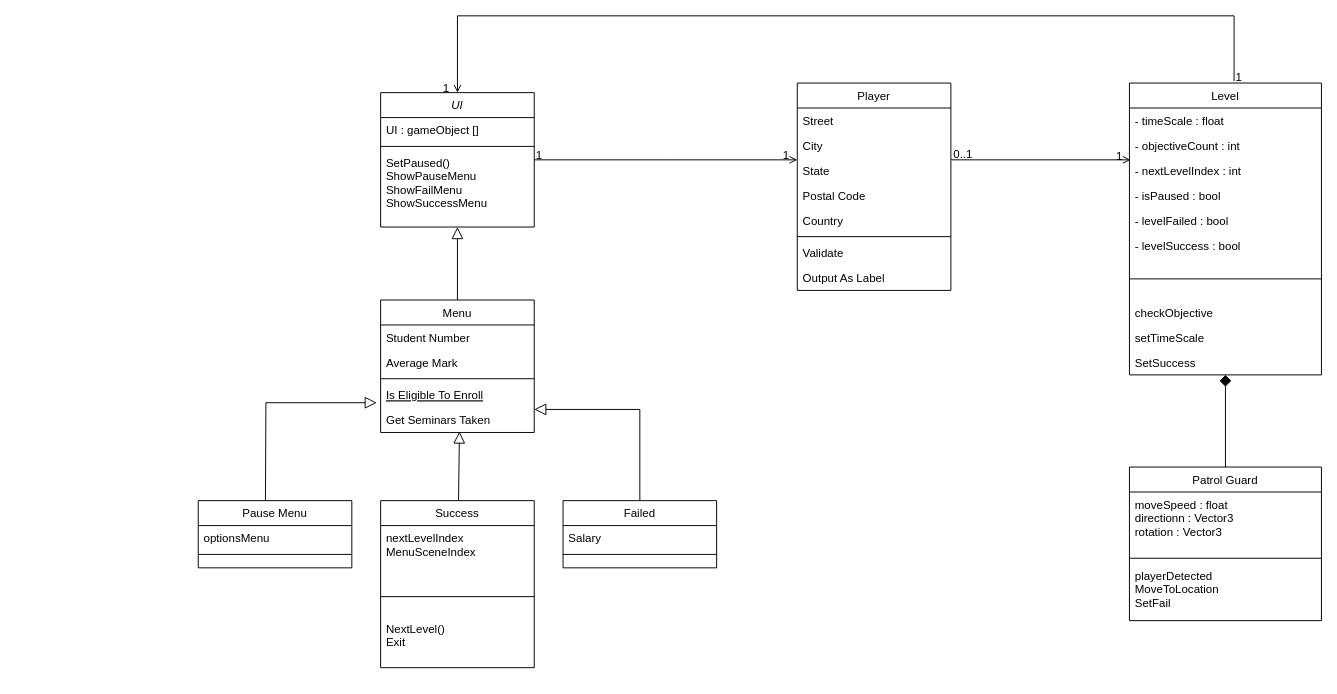
Before: Class Diagram Ivan.drawio in johannfac/A-Lone-Burglar, a draw.io diagram. Source tidied: cells renumbered, new cells numbered last; positions are measured from the earlier drawing's top-left corner, leaving out a move shared by most shapes. Both pictures are drawn from the tidied source at 96%, with x=0, y=0 at pixel (198, 15).
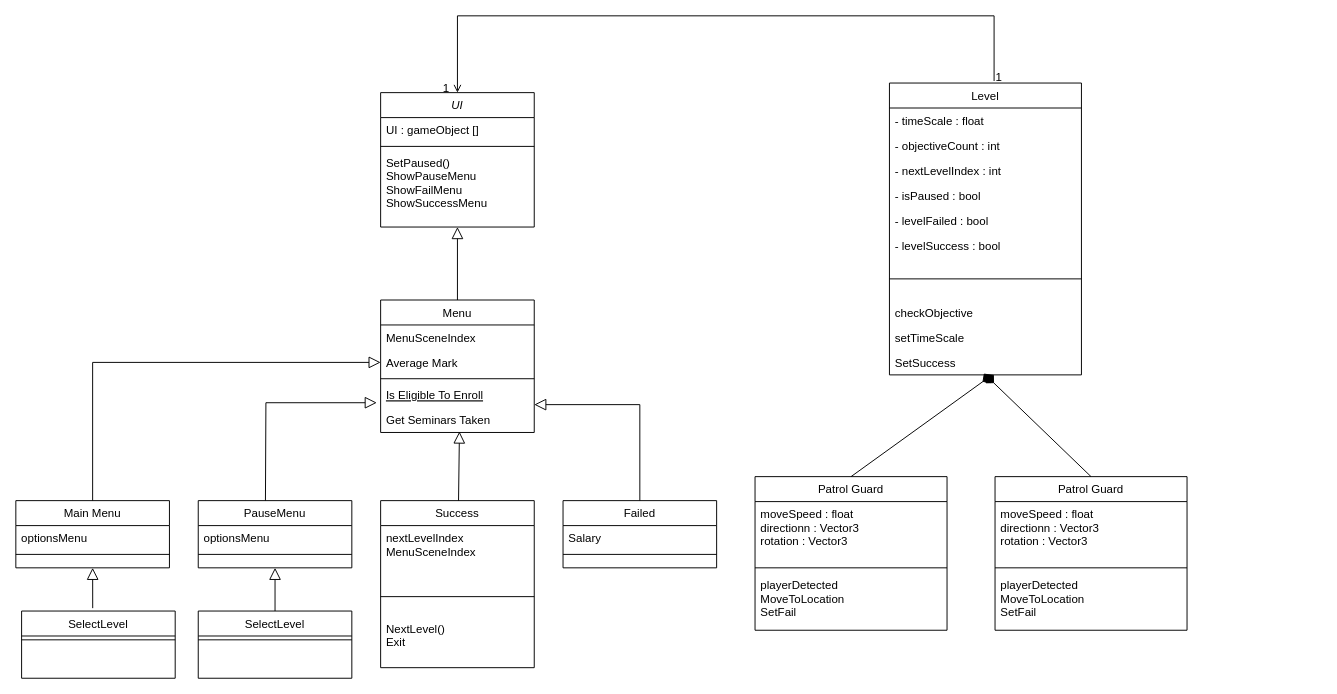
Above is the later version.

The change refers to these unchanged cells:
```xml
<mxCell id="2" value="UI" style="swimlane;fontStyle=2;align=center;verticalAlign=top;horizontal=1;startSize=26;rounded=0;shadow=0;strokeWidth=1;" parent="1" vertex="1">
  <mxGeometry x="190" y="80" width="160" height="140" as="geometry" />
</mxCell>
<mxCell id="6" value="Menu" style="swimlane;fontStyle=0;align=center;verticalAlign=top;horizontal=1;startSize=26;rounded=0;shadow=0;strokeWidth=1;" parent="1" vertex="1">
  <mxGeometry x="190" y="296" width="160" height="138" as="geometry" />
</mxCell>
<mxCell id="8" value="Average Mark" style="text;align=left;verticalAlign=top;spacingLeft=4;spacingRight=4;overflow=hidden;points=[[0,0.5],[1,0.5]];portConstraint=eastwest;rounded=0;shadow=0;html=0;" parent="6" vertex="1">
  <mxGeometry y="52" width="160" height="26" as="geometry" />
</mxCell>
<mxCell id="33" value="Failed" style="swimlane;fontStyle=0;align=center;verticalAlign=top;horizontal=1;startSize=26;rounded=0;shadow=0;strokeWidth=1;" parent="1" vertex="1">
  <mxGeometry x="380" y="505" width="160" height="70" as="geometry" />
</mxCell>
<mxCell id="39" value="- nextLevelIndex : int" style="text;align=left;verticalAlign=top;spacingLeft=4;spacingRight=4;overflow=hidden;points=[[0,0.5],[1,0.5]];portConstraint=eastwest;rounded=0;shadow=0;html=0;" parent="36" vertex="1">
  <mxGeometry y="78" width="200" height="26" as="geometry" />
</mxCell>
<mxCell id="46" value="SetSuccess" style="text;align=left;verticalAlign=top;spacingLeft=4;spacingRight=4;overflow=hidden;points=[[0,0.5],[1,0.5]];portConstraint=eastwest;" parent="36" vertex="1">
  <mxGeometry y="278" width="200" height="26" as="geometry" />
</mxCell>
```

The edit, as a diff of the source:
```diff
@@
-    <mxCell id="7" value="Student Number" style="text;align=left;verticalAlign=top;spacingLeft=4;spacingRight=4;overflow=hidden;" parent="6" vertex="1">
+    <mxCell id="7" value="MenuSceneIndex" style="text;align=left;verticalAlign=top;spacingLeft=4;spacingRight=4;overflow=hidden;" parent="6" vertex="1">
       <mxGeometry y="26" width="160" height="26" as="geometry" />
     </mxCell>
@@
-    <mxCell id="18" value="Player" style="swimlane;fontStyle=0;align=center;verticalAlign=top;horizontal=1;startSize=26;rounded=0;shadow=0;strokeWidth=1;" parent="1" vertex="1">
-      <mxGeometry x="624" y="70" width="160" height="216" as="geometry" />
-    </mxCell>
-    <mxCell id="19" value="Street" style="text;align=left;verticalAlign=top;spacingLeft=4;spacingRight=4;overflow=hidden;" parent="18" vertex="1">
-      <mxGeometry y="26" width="160" height="26" as="geometry" />
-    </mxCell>
-    <mxCell id="20" value="City" style="text;align=left;verticalAlign=top;spacingLeft=4;spacingRight=4;overflow=hidden;rounded=0;shadow=0;html=0;" parent="18" vertex="1">
-      <mxGeometry y="52" width="160" height="26" as="geometry" />
-    </mxCell>
-    <mxCell id="21" value="State" style="text;align=left;verticalAlign=top;spacingLeft=4;spacingRight=4;overflow=hidden;points=[[0,0.5],[1,0.5]];portConstraint=eastwest;rounded=0;shadow=0;html=0;" parent="18" vertex="1">
-      <mxGeometry y="78" width="160" height="26" as="geometry" />
-    </mxCell>
-    <mxCell id="22" value="Postal Code" style="text;align=left;verticalAlign=top;spacingLeft=4;spacingRight=4;overflow=hidden;rounded=0;shadow=0;html=0;" parent="18" vertex="1">
-      <mxGeometry y="104" width="160" height="26" as="geometry" />
-    </mxCell>
-    <mxCell id="23" value="Country" style="text;align=left;verticalAlign=top;spacingLeft=4;spacingRight=4;overflow=hidden;rounded=0;shadow=0;html=0;" parent="18" vertex="1">
-      <mxGeometry y="130" width="160" height="26" as="geometry" />
-    </mxCell>
-    <mxCell id="24" style="line;html=1;strokeWidth=1;align=left;verticalAlign=middle;spacingTop=-1;spacingLeft=3;spacingRight=3;labelPosition=right;" parent="18" vertex="1">
-      <mxGeometry y="156" width="160" height="8" as="geometry" />
-    </mxCell>
-    <mxCell id="25" value="Validate" style="text;align=left;verticalAlign=top;spacingLeft=4;spacingRight=4;overflow=hidden;" parent="18" vertex="1">
-      <mxGeometry y="164" width="160" height="26" as="geometry" />
-    </mxCell>
-    <mxCell id="26" value="Output As Label" style="text;align=left;verticalAlign=top;spacingLeft=4;spacingRight=4;overflow=hidden;" parent="18" vertex="1">
-      <mxGeometry y="190" width="160" height="26" as="geometry" />
-    </mxCell>
-    <mxCell id="27" style="endArrow=open;shadow=0;strokeWidth=1;rounded=0;endFill=1;edgeStyle=elbowEdgeStyle;elbow=vertical;" parent="1" edge="1" source="2" target="18">
-      <mxGeometry x="0.5" y="41" relative="1" as="geometry">
-        <mxPoint x="-40" y="32" as="offset" />
-      </mxGeometry>
-    </mxCell>
-    <mxCell id="28" value="1" style="align=left;verticalAlign=bottom;labelBackgroundColor=none;fontSize=12;" parent="27" vertex="1">
-      <mxGeometry x="-1" relative="1" as="geometry">
-        <mxPoint y="4" as="offset" />
-      </mxGeometry>
-    </mxCell>
-    <mxCell id="29" value="1" style="align=right;verticalAlign=bottom;labelBackgroundColor=none;fontSize=12;" parent="27" vertex="1">
-      <mxGeometry x="1" relative="1" as="geometry">
-        <mxPoint x="-7" y="4" as="offset" />
-      </mxGeometry>
-    </mxCell>
-    <mxCell id="30" value="Pause Menu" style="swimlane;fontStyle=0;align=center;verticalAlign=top;horizontal=1;startSize=26;rounded=0;shadow=0;strokeWidth=1;" parent="1" vertex="1">
+    <mxCell id="30" value="PauseMenu" style="swimlane;fontStyle=0;align=center;verticalAlign=top;horizontal=1;startSize=26;rounded=0;shadow=0;strokeWidth=1;" parent="1" vertex="1">
       <mxGeometry y="505" width="160" height="70" as="geometry" />
     </mxCell>
@@
     <mxCell id="36" value="Level" style="swimlane;fontStyle=0;align=center;verticalAlign=top;horizontal=1;startSize=26;rounded=0;shadow=0;strokeWidth=1;" parent="1" vertex="1">
-      <mxGeometry x="970" y="70" width="200" height="304" as="geometry" />
+      <mxGeometry x="720" y="70" width="200" height="304" as="geometry" />
     </mxCell>
@@
-    <mxCell id="47" style="endArrow=open;shadow=0;strokeWidth=1;rounded=0;endFill=1;edgeStyle=elbowEdgeStyle;elbow=vertical;entryX=0.006;entryY=0.115;entryDx=0;entryDy=0;entryPerimeter=0;exitX=1.006;exitY=0.038;exitDx=0;exitDy=0;exitPerimeter=0;" parent="1" edge="1" source="21" target="39">
-      <mxGeometry x="0.5" y="41" relative="1" as="geometry">
-        <mxPoint x="-40" y="32" as="offset" />
-      </mxGeometry>
-    </mxCell>
-    <mxCell id="48" value="0..1" style="align=left;verticalAlign=bottom;labelBackgroundColor=none;fontSize=12;" parent="47" vertex="1">
-      <mxGeometry x="-1" relative="1" as="geometry">
-        <mxPoint y="4" as="offset" />
-      </mxGeometry>
-    </mxCell>
-    <mxCell id="49" value="1" style="align=right;verticalAlign=bottom;labelBackgroundColor=none;fontSize=12;" parent="47" vertex="1">
-      <mxGeometry x="1" relative="1" as="geometry">
-        <mxPoint x="-7" y="4" as="offset" />
-      </mxGeometry>
-    </mxCell>
     <mxCell id="50" value="Patrol Guard" style="swimlane;fontStyle=0;align=center;verticalAlign=top;horizontal=1;startSize=26;rounded=0;shadow=0;strokeWidth=1;" parent="1" vertex="1">
-      <mxGeometry x="970" y="470" width="200" height="160" as="geometry" />
+      <mxGeometry x="830" y="480" width="200" height="160" as="geometry" />
     </mxCell>
@@
     <mxCell id="59" style="endArrow=block;endSize=10;endFill=0;shadow=0;strokeWidth=1;rounded=0;elbow=vertical;edgeStyle=orthogonalEdgeStyle;exitX=0.5;exitY=0;exitDx=0;exitDy=0;" parent="1" edge="1" source="33">
       <mxGeometry relative="1" as="geometry">
-        <mxPoint x="350" y="410" as="targetPoint" />
+        <mxPoint x="350" y="405" as="targetPoint" />
         <Array as="points">
-          <mxPoint x="460" y="410" />
+          <mxPoint x="460" y="405" />
         </Array>
       </mxGeometry>
     </mxCell>
+    <mxCell id="60" value="Main Menu" style="swimlane;fontStyle=0;align=center;verticalAlign=top;horizontal=1;startSize=26;rounded=0;shadow=0;strokeWidth=1;" parent="1" vertex="1">
+      <mxGeometry x="-190" y="505" width="160" height="70" as="geometry" />
+    </mxCell>
+    <mxCell id="61" value="optionsMenu" style="text;align=left;verticalAlign=top;spacingLeft=4;spacingRight=4;overflow=hidden;" parent="60" vertex="1">
+      <mxGeometry y="26" width="160" height="26" as="geometry" />
+    </mxCell>
+    <mxCell id="62" style="line;html=1;strokeWidth=1;align=left;verticalAlign=middle;spacingTop=-1;spacingLeft=3;spacingRight=3;labelPosition=right;" parent="60" vertex="1">
+      <mxGeometry y="52" width="160" height="8" as="geometry" />
+    </mxCell>
+    <mxCell id="63" style="endArrow=block;endSize=10;endFill=0;shadow=0;strokeWidth=1;rounded=0;elbow=vertical;entryX=0;entryY=0.5;entryDx=0;entryDy=0;edgeStyle=orthogonalEdgeStyle;exitX=0.5;exitY=0;exitDx=0;exitDy=0;" parent="1" edge="1" source="60" target="8">
+      <mxGeometry relative="1" as="geometry" />
+    </mxCell>
+    <mxCell id="64" value="SelectLevel" style="swimlane;fontStyle=0;align=center;verticalAlign=top;horizontal=1;startSize=26;rounded=0;shadow=0;strokeWidth=1;" parent="1" vertex="1">
+      <mxGeometry x="-184" y="620" width="160" height="70" as="geometry" />
+    </mxCell>
+    <mxCell id="65" style="line;html=1;strokeWidth=1;align=left;verticalAlign=middle;spacingTop=-1;spacingLeft=3;spacingRight=3;labelPosition=right;" parent="64" vertex="1">
+      <mxGeometry y="26" width="160" height="8" as="geometry" />
+    </mxCell>
+    <mxCell id="66" style="endArrow=block;endSize=10;endFill=0;shadow=0;strokeWidth=1;rounded=0;elbow=vertical;exitX=0.463;exitY=-0.043;exitDx=0;exitDy=0;exitPerimeter=0;entryX=0.5;entryY=1;entryDx=0;entryDy=0;" parent="1" edge="1" source="64" target="60">
+      <mxGeometry relative="1" as="geometry" />
+    </mxCell>
+    <mxCell id="67" value="Patrol Guard" style="swimlane;fontStyle=0;align=center;verticalAlign=top;horizontal=1;startSize=26;rounded=0;shadow=0;strokeWidth=1;" parent="1" vertex="1">
+      <mxGeometry x="580" y="480" width="200" height="160" as="geometry" />
+    </mxCell>
+    <mxCell id="68" value="moveSpeed : float&#10;directionn : Vector3&#10;rotation : Vector3" style="text;align=left;verticalAlign=top;spacingLeft=4;spacingRight=4;overflow=hidden;" parent="67" vertex="1">
+      <mxGeometry y="26" width="200" height="64" as="geometry" />
+    </mxCell>
+    <mxCell id="69" style="line;html=1;strokeWidth=1;align=left;verticalAlign=middle;spacingTop=-1;spacingLeft=3;spacingRight=3;labelPosition=right;" parent="67" vertex="1">
+      <mxGeometry y="90" width="200" height="10" as="geometry" />
+    </mxCell>
+    <mxCell id="70" value="playerDetected&#10;MoveToLocation&#10;SetFail" style="text;align=left;verticalAlign=top;spacingLeft=4;spacingRight=4;overflow=hidden;" parent="67" vertex="1">
+      <mxGeometry y="100" width="200" as="geometry" />
+    </mxCell>
+    <mxCell id="71" style="endArrow=diamond;endSize=10;endFill=1;shadow=0;strokeWidth=1;rounded=0;elbow=vertical;exitX=0.5;exitY=0;exitDx=0;exitDy=0;entryX=0.535;entryY=1;entryDx=0;entryDy=0;entryPerimeter=0;" parent="1" edge="1" source="67" target="46">
+      <mxGeometry relative="1" as="geometry" />
+    </mxCell>
+    <mxCell id="72" value="SelectLevel" style="swimlane;fontStyle=0;align=center;verticalAlign=top;horizontal=1;startSize=26;rounded=0;shadow=0;strokeWidth=1;" parent="1" vertex="1">
+      <mxGeometry y="620" width="160" height="70" as="geometry" />
+    </mxCell>
+    <mxCell id="73" style="line;html=1;strokeWidth=1;align=left;verticalAlign=middle;spacingTop=-1;spacingLeft=3;spacingRight=3;labelPosition=right;" parent="72" vertex="1">
+      <mxGeometry y="26" width="160" height="8" as="geometry" />
+    </mxCell>
+    <mxCell id="74" style="endArrow=block;endSize=10;endFill=0;shadow=0;strokeWidth=1;rounded=0;elbow=vertical;exitX=0.5;exitY=0;exitDx=0;exitDy=0;entryX=0.5;entryY=1;entryDx=0;entryDy=0;" parent="1" edge="1" source="72" target="30">
+      <mxGeometry relative="1" as="geometry" />
+    </mxCell>
```
